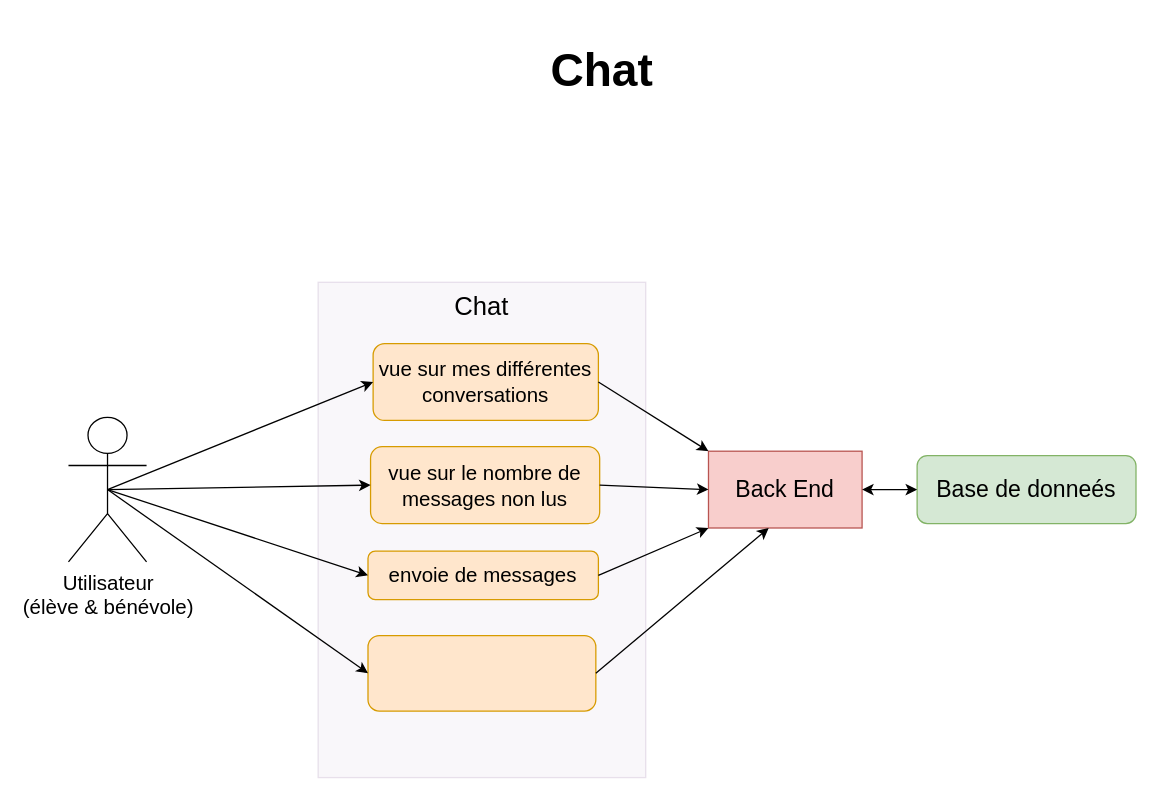
Above: page "Chat" (5 of 5) of Untitled Diagram.drawio in melacod/MelanieKlein_10_22122021 (draw.io), before the change. Source tidied: cells renumbered, new cells numbered last; positions are measured from the earlier drawing's top-left corner, leaving out a move shared by most shapes. Both pictures are drawn from the tidied source at 128%, with x=0, y=0 at pixel (68, 50).
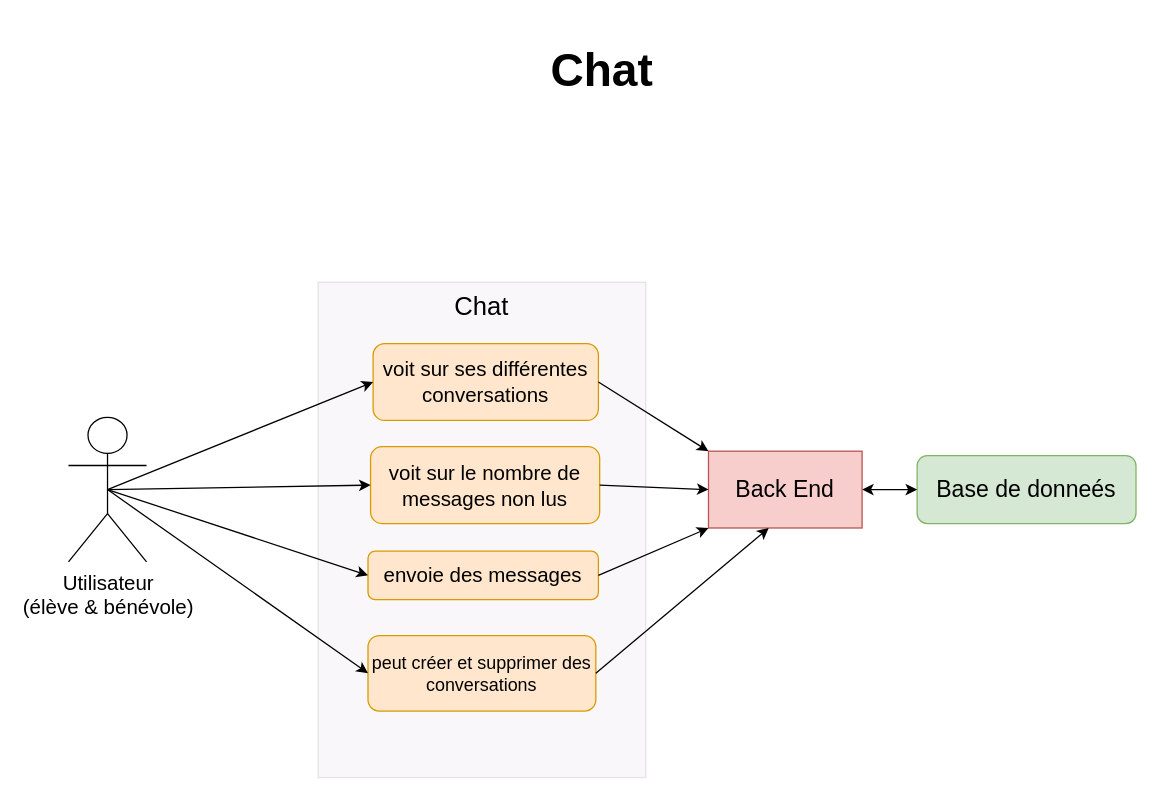
After the change.

Diff of the diagram source:
```diff
@@
 <mxGraphModel>
   <root>
     <mxCell id="0" />
     <mxCell id="1" parent="0" />
     <mxCell id="2" value="&lt;h1&gt;&lt;font style=&quot;font-size: 36px&quot;&gt;Chat&lt;/font&gt;&lt;/h1&gt;" style="text;html=1;strokeColor=none;fillColor=none;align=center;verticalAlign=middle;whiteSpace=wrap;rounded=0;" parent="1" vertex="1">
       <mxGeometry x="263" width="308" height="30" as="geometry" />
     </mxCell>
     <mxCell id="3" value="&lt;span&gt;&lt;font style=&quot;font-size: 20px&quot;&gt;Chat&lt;/font&gt;&lt;/span&gt;" style="rounded=0;whiteSpace=wrap;html=1;fontSize=18;strokeWidth=1;fillColor=#e1d5e7;strokeColor=#9673a6;opacity=20;verticalAlign=top;" parent="1" vertex="1">
       <mxGeometry x="195" y="181" width="256" height="387" as="geometry" />
     </mxCell>
     <mxCell id="4" value="&lt;font style=&quot;font-size: 16px&quot;&gt;Utilisateur&lt;br&gt;(élève &amp;amp; bénévole)&lt;/font&gt;" style="shape=umlActor;verticalLabelPosition=bottom;verticalAlign=top;html=1;outlineConnect=0;fontSize=14;" parent="1" vertex="1">
       <mxGeometry y="286.5" width="61" height="113" as="geometry" />
     </mxCell>
-    <mxCell id="5" value="&lt;span style=&quot;font-size: 16px&quot;&gt;vue sur mes différentes conversations&lt;/span&gt;" style="rounded=1;whiteSpace=wrap;html=1;fontSize=14;fillColor=#ffe6cc;strokeColor=#d79b00;" parent="1" vertex="1">
+    <mxCell id="5" value="&lt;span style=&quot;font-size: 16px&quot;&gt;voit sur ses différentes conversations&lt;/span&gt;" style="rounded=1;whiteSpace=wrap;html=1;fontSize=14;fillColor=#ffe6cc;strokeColor=#d79b00;" parent="1" vertex="1">
       <mxGeometry x="238" y="229" width="176" height="60" as="geometry" />
     </mxCell>
-    <mxCell id="6" value="&lt;span style=&quot;font-size: 16px&quot;&gt;vue sur le nombre de messages non lus&lt;/span&gt;" style="rounded=1;whiteSpace=wrap;html=1;fontSize=14;fillColor=#ffe6cc;strokeColor=#d79b00;" parent="1" vertex="1">
+    <mxCell id="6" value="&lt;span style=&quot;font-size: 16px&quot;&gt;voit sur le nombre de messages non lus&lt;/span&gt;" style="rounded=1;whiteSpace=wrap;html=1;fontSize=14;fillColor=#ffe6cc;strokeColor=#d79b00;" parent="1" vertex="1">
       <mxGeometry x="236" y="309.5" width="179" height="60" as="geometry" />
     </mxCell>
     <mxCell id="7" style="endArrow=classic;html=1;rounded=0;fontSize=18;curved=1;entryX=0;entryY=0.5;entryDx=0;entryDy=0;exitX=0.5;exitY=0.5;exitDx=0;exitDy=0;exitPerimeter=0;" parent="1" edge="1" source="4" target="5">
       <mxGeometry relative="1" as="geometry" />
     </mxCell>
     <mxCell id="8" style="endArrow=classic;html=1;rounded=0;fontSize=18;entryX=0;entryY=0.5;entryDx=0;entryDy=0;curved=1;exitX=0.5;exitY=0.5;exitDx=0;exitDy=0;exitPerimeter=0;" parent="1" edge="1" source="4" target="6">
       <mxGeometry relative="1" as="geometry" />
     </mxCell>
-    <mxCell id="9" value="&lt;font style=&quot;font-size: 16px&quot;&gt;envoie de messages&lt;/font&gt;" style="rounded=1;whiteSpace=wrap;html=1;fontSize=14;fillColor=#ffe6cc;strokeColor=#d79b00;" parent="1" vertex="1">
+    <mxCell id="9" value="&lt;font style=&quot;font-size: 16px&quot;&gt;envoie des messages&lt;/font&gt;" style="rounded=1;whiteSpace=wrap;html=1;fontSize=14;fillColor=#ffe6cc;strokeColor=#d79b00;" parent="1" vertex="1">
       <mxGeometry x="234" y="391" width="180" height="38" as="geometry" />
     </mxCell>
     <mxCell id="10" style="endArrow=classic;html=1;rounded=0;fontSize=18;curved=1;entryX=0;entryY=0.5;entryDx=0;entryDy=0;exitX=0.5;exitY=0.5;exitDx=0;exitDy=0;exitPerimeter=0;" parent="1" edge="1" source="4" target="9">
       <mxGeometry relative="1" as="geometry" />
     </mxCell>
     <mxCell id="11" value="&lt;font style=&quot;font-size: 18px&quot;&gt;Back End&lt;/font&gt;" style="rounded=0;whiteSpace=wrap;html=1;fontSize=10;fillColor=#f8cecc;strokeColor=#b85450;" parent="1" vertex="1">
       <mxGeometry x="500" y="313" width="120" height="60" as="geometry" />
     </mxCell>
     <mxCell id="12" value="&lt;span&gt;Base de donneés&lt;/span&gt;" style="rounded=1;whiteSpace=wrap;html=1;fontSize=18;fillColor=#d5e8d4;strokeColor=#82b366;strokeWidth=1;" parent="1" vertex="1">
       <mxGeometry x="663" y="316.5" width="171" height="53" as="geometry" />
     </mxCell>
     <mxCell id="13" style="endArrow=classic;startArrow=classic;html=1;rounded=0;fontSize=18;entryX=0;entryY=0.5;entryDx=0;entryDy=0;exitX=1;exitY=0.5;exitDx=0;exitDy=0;curved=1;" parent="1" edge="1" source="11" target="12">
       <mxGeometry relative="1" as="geometry" />
     </mxCell>
     <mxCell id="14" style="endArrow=classic;html=1;rounded=0;fontSize=18;exitX=1;exitY=0.5;exitDx=0;exitDy=0;entryX=0;entryY=0.5;entryDx=0;entryDy=0;curved=1;" parent="1" edge="1" source="6" target="11">
       <mxGeometry relative="1" as="geometry" />
     </mxCell>
     <mxCell id="15" style="endArrow=classic;html=1;rounded=0;fontSize=18;exitX=1;exitY=0.5;exitDx=0;exitDy=0;entryX=0;entryY=0;entryDx=0;entryDy=0;curved=1;" parent="1" edge="1" source="5" target="11">
       <mxGeometry relative="1" as="geometry" />
     </mxCell>
     <mxCell id="16" style="endArrow=classic;html=1;rounded=0;fontSize=18;entryX=0;entryY=1;entryDx=0;entryDy=0;curved=1;exitX=1;exitY=0.5;exitDx=0;exitDy=0;" parent="1" edge="1" source="9" target="11">
       <mxGeometry relative="1" as="geometry" />
     </mxCell>
-    <mxCell id="17" style="rounded=1;whiteSpace=wrap;html=1;fontSize=14;fillColor=#ffe6cc;strokeColor=#d79b00;" parent="1" vertex="1">
+    <mxCell id="17" value="peut créer et supprimer des conversations" style="rounded=1;whiteSpace=wrap;html=1;fontSize=14;fillColor=#ffe6cc;strokeColor=#d79b00;" parent="1" vertex="1">
       <mxGeometry x="234" y="457" width="178" height="59" as="geometry" />
     </mxCell>
     <mxCell id="18" style="endArrow=classic;html=1;rounded=0;fontSize=18;curved=1;exitX=0.5;exitY=0.5;exitDx=0;exitDy=0;exitPerimeter=0;entryX=0;entryY=0.5;entryDx=0;entryDy=0;" parent="1" edge="1" source="4" target="17">
       <mxGeometry relative="1" as="geometry" />
     </mxCell>
     <mxCell id="19" style="endArrow=classic;html=1;rounded=0;fontSize=18;entryX=0.392;entryY=1;entryDx=0;entryDy=0;curved=1;exitX=1;exitY=0.5;exitDx=0;exitDy=0;entryPerimeter=0;" parent="1" edge="1" source="17" target="11">
       <mxGeometry relative="1" as="geometry" />
     </mxCell>
   </root>
 </mxGraphModel>
```
